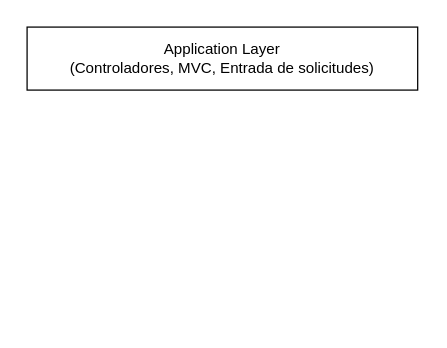
Earlier version of the draw.io diagram Arquitectura por capas (DDD).drawio (W1TCH3R94/notasCursos). Source tidied: cells renumbered, new cells numbered last; positions are measured from the earlier drawing's top-left corner, leaving out a move shared by most shapes. Both pictures are drawn from the tidied source at 126%, with x=0, y=0 at pixel (26, 26).
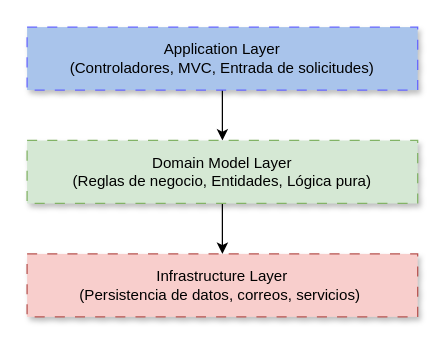
Above is the later version.

Diff of the diagram source:
```diff
@@
 <mxGraphModel>
   <root>
     <mxCell id="0" />
     <mxCell id="1" parent="0" />
+    <mxCell id="3" style="edgeStyle=orthogonalEdgeStyle;rounded=0;jettySize=auto;html=1;" parent="1" edge="1" source="2" target="5">
+      <mxGeometry relative="1" as="geometry" />
+    </mxCell>
-    <mxCell id="2" value="&lt;div&gt;Application Layer&lt;/div&gt;&lt;div&gt;&lt;span style=&quot;background-color: transparent; color: light-dark(rgb(0, 0, 0), rgb(255, 255, 255));&quot;&gt;(Controladores, MVC, Entrada de solicitudes)&lt;/span&gt;&lt;/div&gt;" style="rounded=0;whiteSpace=wrap;html=1;" parent="1" vertex="1">
+    <mxCell id="2" value="&lt;div&gt;Application Layer&lt;/div&gt;&lt;div&gt;&lt;span style=&quot;background-color: transparent; color: light-dark(rgb(0, 0, 0), rgb(255, 255, 255));&quot;&gt;(Controladores, MVC, Entrada de solicitudes)&lt;/span&gt;&lt;/div&gt;" style="rounded=0;whiteSpace=wrap;html=1;shadow=1;strokeColor=#6666FF;fillColor=#A9C4EB;dashed=1;dashPattern=8 8;" parent="1" vertex="1">
       <mxGeometry width="310" height="50" as="geometry" />
     </mxCell>
+    <mxCell id="4" style="edgeStyle=orthogonalEdgeStyle;rounded=0;jettySize=auto;html=1;" parent="1" edge="1" source="5" target="6">
+      <mxGeometry relative="1" as="geometry" />
+    </mxCell>
+    <mxCell id="5" value="&lt;div&gt;Domain Model Layer&lt;/div&gt;&lt;div&gt;&lt;span style=&quot;background-color: transparent; color: light-dark(rgb(0, 0, 0), rgb(255, 255, 255));&quot;&gt;(Reglas de negocio, Entidades, Lógica pura)&lt;/span&gt;&lt;/div&gt;" style="rounded=0;whiteSpace=wrap;html=1;shadow=1;dashed=1;dashPattern=8 8;strokeColor=#82b366;align=center;verticalAlign=middle;fontFamily=Helvetica;fontSize=12;fillColor=#d5e8d4;" parent="1" vertex="1">
+      <mxGeometry y="90" width="310" height="50" as="geometry" />
+    </mxCell>
+    <mxCell id="6" value="&lt;div&gt;Infrastructure Layer&lt;/div&gt;&lt;div&gt;&lt;span style=&quot;background-color: transparent; color: light-dark(rgb(0, 0, 0), rgb(255, 255, 255));&quot;&gt;(Persistencia de datos, correos, servicios)&amp;nbsp;&lt;/span&gt;&lt;/div&gt;" style="rounded=0;whiteSpace=wrap;html=1;shadow=1;dashed=1;dashPattern=8 8;strokeColor=#b85450;align=center;verticalAlign=middle;fontFamily=Helvetica;fontSize=12;fillColor=#f8cecc;" parent="1" vertex="1">
+      <mxGeometry y="180" width="310" height="50" as="geometry" />
+    </mxCell>
   </root>
 </mxGraphModel>
```
